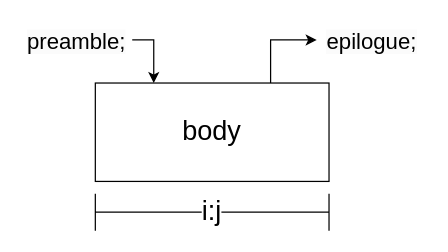
Above: page "Thunk" (8 of 8) of figures/Looplets.drawio in willow-ahrens/FinchSystemPaper (draw.io), before the change. Source tidied: cells renumbered, new cells numbered last; positions are measured from the earlier drawing's top-left corner, leaving out a move shared by most shapes. Both pictures are drawn from the tidied source at 123%, with x=0, y=0 at pixel (21, 21).
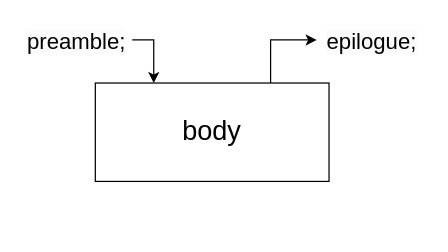
The same diagram, later.

Diff of the diagram source:
```diff
@@
 <mxGraphModel>
   <root>
     <mxCell id="0" />
     <mxCell id="1" parent="0" />
-    <mxCell id="2" value="i:j" style="shape=crossbar;whiteSpace=wrap;html=1;rounded=1;fontSize=22;labelBackgroundColor=default;" parent="1" vertex="1">
-      <mxGeometry x="60" y="140" width="190" height="30" as="geometry" />
-    </mxCell>
     <mxCell id="3" style="edgeStyle=orthogonalEdgeStyle;rounded=0;jettySize=auto;html=1;exitX=0.75;exitY=0;exitDx=0;exitDy=0;exitPerimeter=0;entryX=0;entryY=0.5;entryDx=0;entryDy=0;" parent="1" edge="1" source="4" target="6">
       <mxGeometry relative="1" as="geometry" />
     </mxCell>
     <mxCell id="4" value="&lt;div style=&quot;font-size: 22px;&quot;&gt;body&lt;/div&gt;" style="whiteSpace=wrap;html=1;fontSize=22;points=[[0,0,0,0,0],[0,0.25,0,0,0],[0,0.5,0,0,0],[0,0.75,0,0,0],[0,1,0,0,0],[0.25,0,0,0,0],[0.25,1,0,0,0],[0.38,0,0,0,0],[0.5,0,0,0,0],[0.5,1,0,0,0],[0.63,0,0,0,0],[0.75,0,0,0,0],[0.75,1,0,0,0],[1,0,0,0,0],[1,0.25,0,0,0],[1,0.5,0,0,0],[1,0.75,0,0,0],[1,1,0,0,0]];" parent="1" vertex="1">
       <mxGeometry x="60" y="50" width="190" height="80" as="geometry" />
     </mxCell>
     <mxCell id="5" value="&lt;span style=&quot;color: rgb(0, 0, 0); font-family: Helvetica; font-size: 18px; font-style: normal; font-variant-ligatures: normal; font-variant-caps: normal; font-weight: 400; letter-spacing: normal; orphans: 2; text-indent: 0px; text-transform: none; widows: 2; word-spacing: 0px; -webkit-text-stroke-width: 0px; white-space: normal; background-color: rgb(251, 251, 251); text-decoration-thickness: initial; text-decoration-style: initial; text-decoration-color: initial; float: none; display: inline !important;&quot;&gt;preamble;&lt;/span&gt;" style="text;whiteSpace=wrap;html=1;fontSize=18;align=center;" parent="1" vertex="1">
       <mxGeometry width="90" height="30" as="geometry" />
     </mxCell>
     <mxCell id="6" value="&lt;span style=&quot;color: rgb(0, 0, 0); font-family: Helvetica; font-size: 18px; font-style: normal; font-variant-ligatures: normal; font-variant-caps: normal; font-weight: 400; letter-spacing: normal; orphans: 2; text-indent: 0px; text-transform: none; widows: 2; word-spacing: 0px; -webkit-text-stroke-width: 0px; white-space: normal; background-color: rgb(251, 251, 251); text-decoration-thickness: initial; text-decoration-style: initial; text-decoration-color: initial; float: none; display: inline !important;&quot;&gt;epilogue;&lt;/span&gt;" style="text;whiteSpace=wrap;html=1;align=center;fontSize=18;" parent="1" vertex="1">
       <mxGeometry x="240" width="90" height="30" as="geometry" />
     </mxCell>
     <mxCell id="7" style="edgeStyle=orthogonalEdgeStyle;rounded=0;jettySize=auto;html=1;exitX=1;exitY=0.5;exitDx=0;exitDy=0;entryX=0.25;entryY=0;entryDx=0;entryDy=0;entryPerimeter=0;" parent="1" edge="1" source="5" target="4">
       <mxGeometry relative="1" as="geometry" />
     </mxCell>
   </root>
 </mxGraphModel>
```
